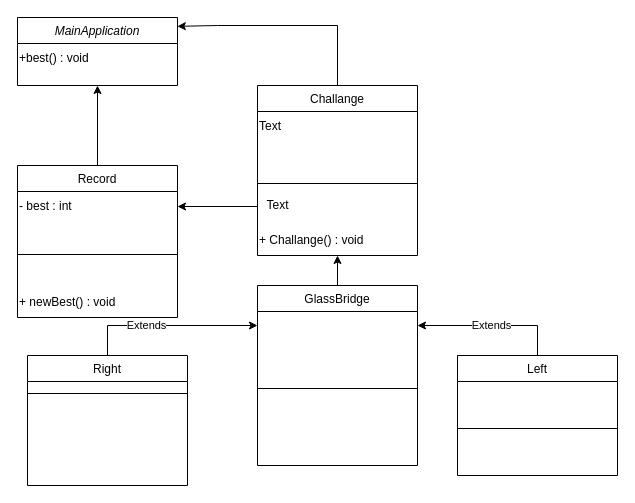
This is glassbridge.drawio from JinhoYeom/project-first-glassbridge, a draw.io file, before an edit. Source tidied: cells renumbered, new cells numbered last; positions are measured from the earlier drawing's top-left corner, leaving out a move shared by most shapes. Both pictures are drawn from the tidied source at 100%, with x=0, y=0 at pixel (17, 17).
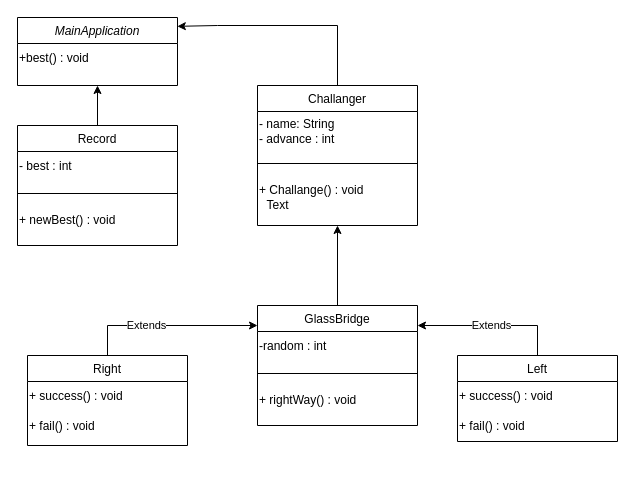
The same page after the edit.

The change refers to these unchanged cells:
```xml
<mxCell id="6" value="- best : int" style="text;html=1;align=left;verticalAlign=middle;points=[];strokeColor=none;fillColor=none;" parent="5" vertex="1">
  <mxGeometry y="26" width="160" height="30" as="geometry" />
</mxCell>
```

Change to the diagram source:
```diff
@@
     <mxCell id="5" value="Record" style="swimlane;fontStyle=0;align=center;verticalAlign=top;horizontal=1;startSize=26;rounded=0;shadow=0;strokeWidth=1;" parent="1" vertex="1">
-      <mxGeometry y="148" width="160" height="152" as="geometry" />
+      <mxGeometry y="108" width="160" height="120" as="geometry" />
     </mxCell>
@@
     <mxCell id="7" style="line;html=1;strokeWidth=1;align=left;verticalAlign=middle;spacingTop=-1;spacingLeft=3;spacingRight=3;labelPosition=right;" parent="5" vertex="1">
-      <mxGeometry y="56" width="160" height="66" as="geometry" />
+      <mxGeometry y="56" width="160" height="24" as="geometry" />
     </mxCell>
     <mxCell id="8" value="+ newBest() : void" style="text;html=1;align=left;verticalAlign=middle;strokeColor=none;fillColor=none;" parent="5" vertex="1">
-      <mxGeometry y="122" width="160" height="30" as="geometry" />
+      <mxGeometry y="80" width="160" height="30" as="geometry" />
     </mxCell>
@@
-    <mxCell id="10" value="Challange" style="swimlane;fontStyle=0;align=center;verticalAlign=top;horizontal=1;startSize=26;rounded=0;shadow=0;strokeWidth=1;" parent="1" vertex="1">
-      <mxGeometry x="240" y="68" width="160" height="170" as="geometry" />
+    <mxCell id="10" value="Challanger" style="swimlane;fontStyle=0;align=center;verticalAlign=top;horizontal=1;startSize=26;rounded=0;shadow=0;strokeWidth=1;" parent="1" vertex="1">
+      <mxGeometry x="240" y="68" width="160" height="140" as="geometry" />
     </mxCell>
-    <mxCell id="11" value="Text" style="text;html=1;align=left;verticalAlign=middle;strokeColor=none;fillColor=none;" parent="10" vertex="1">
-      <mxGeometry y="26" width="160" height="30" as="geometry" />
+    <mxCell id="11" value="- name: String&lt;br&gt;- advance : int" style="text;html=1;align=left;verticalAlign=middle;strokeColor=none;fillColor=none;" parent="10" vertex="1">
+      <mxGeometry y="26" width="160" height="40" as="geometry" />
     </mxCell>
     <mxCell id="12" style="line;html=1;strokeWidth=1;align=left;verticalAlign=middle;spacingTop=-1;spacingLeft=3;spacingRight=3;labelPosition=right;" parent="10" vertex="1">
-      <mxGeometry y="56" width="160" height="84" as="geometry" />
+      <mxGeometry y="66" width="160" height="24" as="geometry" />
     </mxCell>
     <mxCell id="13" value="+ Challange() : void" style="text;html=1;align=left;verticalAlign=middle;strokeColor=none;fillColor=none;" parent="10" vertex="1">
-      <mxGeometry y="140" width="160" height="30" as="geometry" />
+      <mxGeometry y="90" width="160" height="30" as="geometry" />
     </mxCell>
@@
     <mxCell id="15" value="GlassBridge" style="swimlane;fontStyle=0;align=center;verticalAlign=top;horizontal=1;startSize=26;rounded=0;shadow=0;strokeWidth=1;" parent="1" vertex="1">
-      <mxGeometry x="240" y="268" width="160" height="180" as="geometry" />
+      <mxGeometry x="240" y="288" width="160" height="120" as="geometry" />
     </mxCell>
+    <mxCell id="27" value="-random : int" style="text;html=1;align=left;verticalAlign=middle;strokeColor=none;fillColor=none;" parent="15" vertex="1">
+      <mxGeometry y="26" width="160" height="30" as="geometry" />
+    </mxCell>
     <mxCell id="16" style="line;html=1;strokeWidth=1;align=left;verticalAlign=middle;spacingTop=-1;spacingLeft=3;spacingRight=3;labelPosition=right;" parent="15" vertex="1">
-      <mxGeometry y="26" width="160" height="154" as="geometry" />
+      <mxGeometry y="56" width="160" height="24" as="geometry" />
     </mxCell>
+    <mxCell id="28" value="+ rightWay() : void" style="text;html=1;align=left;verticalAlign=middle;strokeColor=none;fillColor=none;" parent="15" vertex="1">
+      <mxGeometry y="80" width="160" height="30" as="geometry" />
+    </mxCell>
@@
     <mxCell id="19" value="Left" style="swimlane;fontStyle=0;align=center;verticalAlign=top;horizontal=1;startSize=26;rounded=0;shadow=0;strokeWidth=1;" parent="1" vertex="1">
-      <mxGeometry x="440" y="338" width="160" height="120" as="geometry" />
+      <mxGeometry x="440" y="338" width="160" height="86" as="geometry" />
     </mxCell>
-    <mxCell id="20" style="line;html=1;strokeWidth=1;align=left;verticalAlign=middle;spacingTop=-1;spacingLeft=3;spacingRight=3;labelPosition=right;" parent="19" vertex="1">
-      <mxGeometry y="26" width="160" height="94" as="geometry" />
-    </mxCell>
+    <mxCell id="29" value="+ success() : void" style="text;html=1;align=left;verticalAlign=middle;strokeColor=none;fillColor=none;" parent="19" vertex="1">
+      <mxGeometry y="26" width="160" height="30" as="geometry" />
+    </mxCell>
+    <mxCell id="30" value="+ fail() : void" style="text;html=1;align=left;verticalAlign=middle;strokeColor=none;fillColor=none;" parent="19" vertex="1">
+      <mxGeometry y="56" width="160" height="30" as="geometry" />
+    </mxCell>
@@
     <mxCell id="23" value="Right" style="swimlane;fontStyle=0;align=center;verticalAlign=top;horizontal=1;startSize=26;rounded=0;shadow=0;strokeWidth=1;" parent="1" vertex="1">
-      <mxGeometry x="10" y="338" width="160" height="130" as="geometry" />
+      <mxGeometry x="10" y="338" width="160" height="90" as="geometry" />
     </mxCell>
-    <mxCell id="24" style="line;html=1;strokeWidth=1;align=left;verticalAlign=middle;spacingTop=-1;spacingLeft=3;spacingRight=3;labelPosition=right;" parent="23" vertex="1">
-      <mxGeometry y="26" width="160" height="24" as="geometry" />
-    </mxCell>
-    <mxCell id="25" style="edgeStyle=orthogonalEdgeStyle;rounded=0;jettySize=auto;html=1;" parent="1" edge="1" target="6">
-      <mxGeometry relative="1" as="geometry">
-        <mxPoint x="240" y="188" as="sourcePoint" />
-        <Array as="points">
-          <mxPoint x="240" y="189" />
-        </Array>
-      </mxGeometry>
-    </mxCell>
+    <mxCell id="31" value="+ success() : void" style="text;html=1;align=left;verticalAlign=middle;strokeColor=none;fillColor=none;" parent="23" vertex="1">
+      <mxGeometry y="26" width="160" height="30" as="geometry" />
+    </mxCell>
+    <mxCell id="32" value="+ fail() : void" style="text;html=1;align=left;verticalAlign=middle;strokeColor=none;fillColor=none;" parent="23" vertex="1">
+      <mxGeometry y="56" width="160" height="30" as="geometry" />
+    </mxCell>
```
